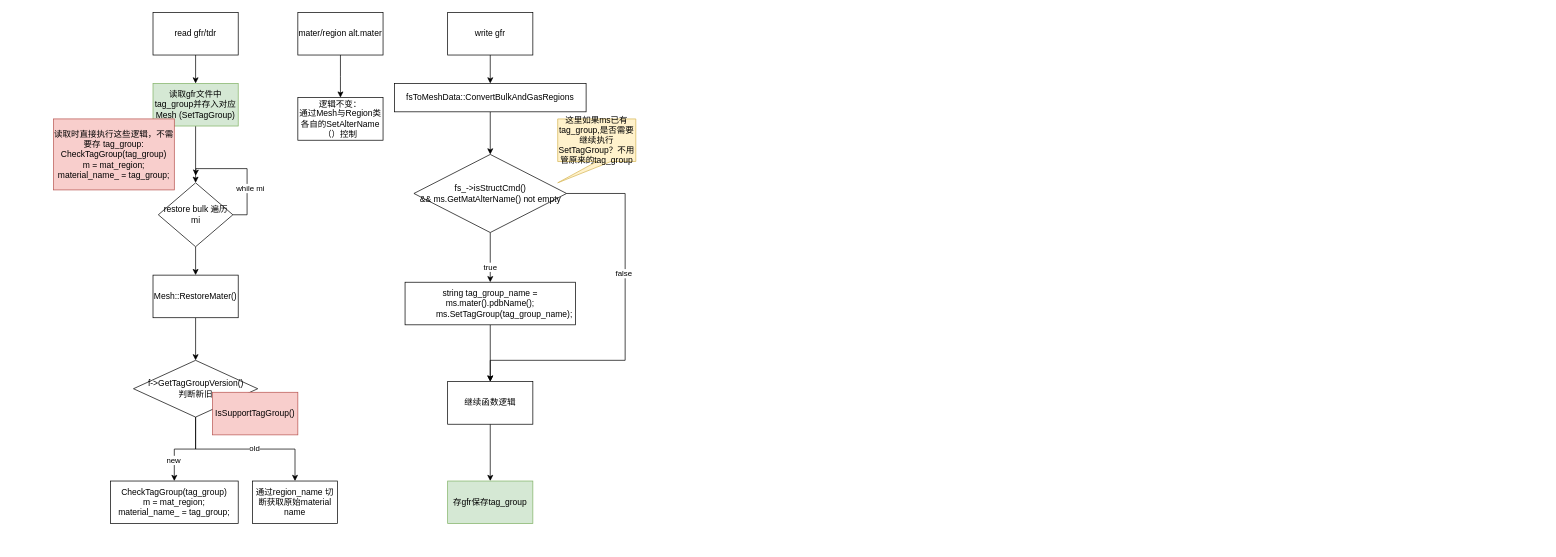
This is tag_group.drawio from FicmillaR/drawio, a draw.io file, before an edit. Source tidied: cells renumbered, new cells numbered last; positions are measured from the earlier drawing's top-left corner, leaving out a move shared by most shapes. Both pictures are drawn from the tidied source at 71%, with x=0, y=0 at pixel (53, 12).
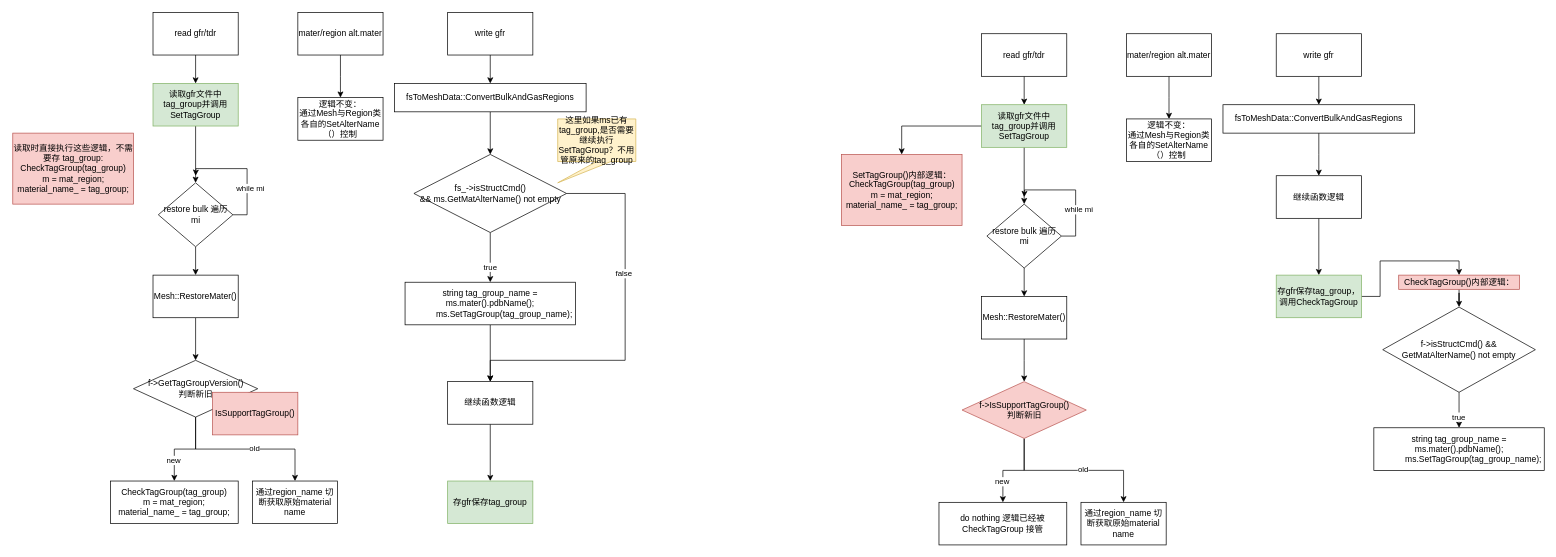
After the change.

The edit, as a diff of the source:
```diff
@@
-    <mxCell id="34" value="读取gfr文件中tag_group并存入对应Mesh (SetTagGroup)" style="whiteSpace=wrap;html=1;rounded=0;fillColor=#d5e8d4;strokeColor=#82b366;" parent="1" vertex="1">
+    <mxCell id="34" value="读取gfr文件中tag_group并调用SetTagGroup" style="whiteSpace=wrap;html=1;rounded=0;fillColor=#d5e8d4;strokeColor=#82b366;" parent="1" vertex="1">
       <mxGeometry x="140" y="100" width="120" height="60" as="geometry" />
     </mxCell>
@@
     <mxCell id="38" value="&lt;div&gt;读取时直接执行这些逻辑，不需要存 tag_group:&lt;/div&gt;CheckTagGroup(tag_group)&lt;div&gt;&lt;span style=&quot;background-color: transparent; color: light-dark(rgb(0, 0, 0), rgb(255, 255, 255));&quot;&gt;m = mat_region;&lt;/span&gt;&lt;div&gt;material_name_ = tag_group;&lt;/div&gt;&lt;/div&gt;" style="rounded=0;whiteSpace=wrap;html=1;fillColor=#f8cecc;strokeColor=#b85450;" parent="1" vertex="1">
-      <mxGeometry y="150" width="170" height="100" as="geometry" />
+      <mxGeometry x="-57.5" y="170" width="170" height="100" as="geometry" />
     </mxCell>
+    <mxCell id="39" style="edgeStyle=orthogonalEdgeStyle;rounded=0;jettySize=auto;html=1;" parent="1" edge="1" source="40" target="65">
+      <mxGeometry relative="1" as="geometry" />
+    </mxCell>
+    <mxCell id="40" value="read gfr/tdr" style="rounded=0;whiteSpace=wrap;html=1;" parent="1" vertex="1">
+      <mxGeometry x="1307" y="30" width="120" height="60" as="geometry" />
+    </mxCell>
+    <mxCell id="41" style="edgeStyle=orthogonalEdgeStyle;rounded=0;jettySize=auto;html=1;exitX=0.5;exitY=1;exitDx=0;exitDy=0;" parent="1" edge="1" source="44" target="49">
+      <mxGeometry relative="1" as="geometry" />
+    </mxCell>
+    <mxCell id="42" style="edgeStyle=orthogonalEdgeStyle;rounded=0;jettySize=auto;html=1;exitX=1;exitY=0.5;exitDx=0;exitDy=0;" parent="1" edge="1" source="44">
+      <mxGeometry relative="1" as="geometry">
+        <mxPoint x="1367" y="260" as="targetPoint" />
+      </mxGeometry>
+    </mxCell>
+    <mxCell id="43" value="while mi" style="edgeLabel;html=1;align=center;verticalAlign=middle;" parent="42" vertex="1">
+      <mxGeometry x="-0.31" y="-3" relative="1" as="geometry">
+        <mxPoint x="1" as="offset" />
+      </mxGeometry>
+    </mxCell>
+    <mxCell id="44" value="restore bulk 遍历 mi" style="rhombus;whiteSpace=wrap;html=1;" parent="1" vertex="1">
+      <mxGeometry x="1314.5" y="270" width="105" height="90" as="geometry" />
+    </mxCell>
+    <mxCell id="45" style="edgeStyle=orthogonalEdgeStyle;rounded=0;jettySize=auto;html=1;" parent="1" edge="1" source="46">
+      <mxGeometry relative="1" as="geometry">
+        <mxPoint x="1571" y="150" as="targetPoint" />
+      </mxGeometry>
+    </mxCell>
+    <mxCell id="46" value="mater/region alt.mater" style="rounded=0;whiteSpace=wrap;html=1;" parent="1" vertex="1">
+      <mxGeometry x="1511" y="30" width="120" height="60" as="geometry" />
+    </mxCell>
+    <mxCell id="47" value="逻辑不变：&lt;div&gt;通过Mesh与Region类各自的SetAlterName（）控制&lt;/div&gt;" style="rounded=0;whiteSpace=wrap;html=1;" parent="1" vertex="1">
+      <mxGeometry x="1511" y="150" width="120" height="60" as="geometry" />
+    </mxCell>
+    <mxCell id="48" style="edgeStyle=orthogonalEdgeStyle;rounded=0;jettySize=auto;html=1;exitX=0.5;exitY=1;exitDx=0;exitDy=0;" parent="1" edge="1" source="49">
+      <mxGeometry relative="1" as="geometry">
+        <mxPoint x="1367" y="520" as="targetPoint" />
+      </mxGeometry>
+    </mxCell>
+    <mxCell id="49" value="&lt;span style=&quot;text-align: left;&quot;&gt;Mesh::RestoreMater()&lt;/span&gt;" style="rounded=0;whiteSpace=wrap;html=1;" parent="1" vertex="1">
+      <mxGeometry x="1307" y="400" width="120" height="60" as="geometry" />
+    </mxCell>
+    <mxCell id="50" style="edgeStyle=orthogonalEdgeStyle;rounded=0;jettySize=auto;html=1;" parent="1" edge="1" source="54" target="55">
+      <mxGeometry relative="1" as="geometry" />
+    </mxCell>
+    <mxCell id="51" value="new" style="edgeLabel;html=1;align=center;verticalAlign=middle;" parent="50" vertex="1">
+      <mxGeometry x="0.5" y="-2" relative="1" as="geometry" />
+    </mxCell>
+    <mxCell id="52" style="edgeStyle=orthogonalEdgeStyle;rounded=0;jettySize=auto;html=1;" parent="1" edge="1" source="54" target="56">
+      <mxGeometry relative="1" as="geometry" />
+    </mxCell>
+    <mxCell id="53" value="old" style="edgeLabel;html=1;align=center;verticalAlign=middle;" parent="52" vertex="1">
+      <mxGeometry x="0.1" y="2" relative="1" as="geometry" />
+    </mxCell>
+    <mxCell id="54" value="f-&amp;gt;&lt;span style=&quot;text-align: left;&quot;&gt;IsSupportTagGroup&lt;/span&gt;()&lt;div&gt;判断新旧&lt;/div&gt;" style="rhombus;whiteSpace=wrap;html=1;fillColor=#f8cecc;strokeColor=#b85450;" parent="1" vertex="1">
+      <mxGeometry x="1279.5" y="520" width="175" height="80" as="geometry" />
+    </mxCell>
+    <mxCell id="55" value="do nothing 逻辑已经被 CheckTagGroup 接管" style="whiteSpace=wrap;html=1;" parent="1" vertex="1">
+      <mxGeometry x="1247" y="690" width="180" height="60" as="geometry" />
+    </mxCell>
+    <mxCell id="56" value="通过region_name 切断获取原始material name" style="whiteSpace=wrap;html=1;" parent="1" vertex="1">
+      <mxGeometry x="1447" y="690" width="120" height="60" as="geometry" />
+    </mxCell>
+    <mxCell id="57" style="edgeStyle=orthogonalEdgeStyle;rounded=0;jettySize=auto;html=1;" parent="1" edge="1" source="58" target="60">
+      <mxGeometry relative="1" as="geometry" />
+    </mxCell>
+    <mxCell id="58" value="write gfr" style="rounded=0;whiteSpace=wrap;html=1;" parent="1" vertex="1">
+      <mxGeometry x="1722" y="30" width="120" height="60" as="geometry" />
+    </mxCell>
+    <mxCell id="59" style="edgeStyle=orthogonalEdgeStyle;rounded=0;jettySize=auto;html=1;" parent="1" edge="1" source="60">
+      <mxGeometry relative="1" as="geometry">
+        <mxPoint x="1782" y="230" as="targetPoint" />
+      </mxGeometry>
+    </mxCell>
+    <mxCell id="60" value="fsToMeshData::ConvertBulkAndGasRegions" style="rounded=0;whiteSpace=wrap;html=1;" parent="1" vertex="1">
+      <mxGeometry x="1647" y="130" width="270" height="40" as="geometry" />
+    </mxCell>
+    <mxCell id="61" style="edgeStyle=orthogonalEdgeStyle;rounded=0;jettySize=auto;html=1;" parent="1" edge="1" source="62" target="67">
+      <mxGeometry relative="1" as="geometry" />
+    </mxCell>
+    <mxCell id="62" value="继续函数逻辑" style="whiteSpace=wrap;html=1;rounded=0;" parent="1" vertex="1">
+      <mxGeometry x="1722" y="230" width="120" height="60" as="geometry" />
+    </mxCell>
+    <mxCell id="63" style="edgeStyle=orthogonalEdgeStyle;rounded=0;jettySize=auto;html=1;" parent="1" edge="1" source="65" target="44">
+      <mxGeometry relative="1" as="geometry" />
+    </mxCell>
+    <mxCell id="64" style="edgeStyle=orthogonalEdgeStyle;rounded=0;jettySize=auto;html=1;" parent="1" edge="1" source="65" target="68">
+      <mxGeometry relative="1" as="geometry" />
+    </mxCell>
+    <mxCell id="65" value="读取gfr文件中tag_group并调用SetTagGroup" style="whiteSpace=wrap;html=1;rounded=0;fillColor=#d5e8d4;strokeColor=#82b366;" parent="1" vertex="1">
+      <mxGeometry x="1307" y="130" width="120" height="60" as="geometry" />
+    </mxCell>
+    <mxCell id="66" style="edgeStyle=orthogonalEdgeStyle;rounded=0;jettySize=auto;html=1;entryX=0.5;entryY=0;entryDx=0;entryDy=0;" parent="1" edge="1" source="67" target="74">
+      <mxGeometry relative="1" as="geometry" />
+    </mxCell>
+    <mxCell id="67" value="存gfr保存tag_group，调用CheckTagGroup" style="whiteSpace=wrap;html=1;rounded=0;fillColor=#d5e8d4;strokeColor=#82b366;" parent="1" vertex="1">
+      <mxGeometry x="1722" y="370" width="120" height="60" as="geometry" />
+    </mxCell>
+    <mxCell id="68" value="&lt;div&gt;SetTagGroup()内部逻辑：&lt;/div&gt;CheckTagGroup(tag_group)&lt;div&gt;&lt;span style=&quot;background-color: transparent; color: light-dark(rgb(0, 0, 0), rgb(255, 255, 255));&quot;&gt;m = mat_region;&lt;/span&gt;&lt;div&gt;material_name_ = tag_group;&lt;/div&gt;&lt;/div&gt;" style="rounded=0;whiteSpace=wrap;html=1;fillColor=#f8cecc;strokeColor=#b85450;" parent="1" vertex="1">
+      <mxGeometry x="1109.5" y="200" width="170" height="100" as="geometry" />
+    </mxCell>
+    <mxCell id="69" style="edgeStyle=orthogonalEdgeStyle;rounded=0;jettySize=auto;html=1;" parent="1" edge="1" source="71" target="72">
+      <mxGeometry relative="1" as="geometry" />
+    </mxCell>
+    <mxCell id="70" value="true" style="edgeLabel;html=1;align=center;verticalAlign=middle;" parent="69" vertex="1">
+      <mxGeometry x="0.37" y="-1" relative="1" as="geometry" />
+    </mxCell>
+    <mxCell id="71" value="f-&amp;gt;isStructCmd() &amp;amp;&amp;amp; GetMatAlterName() not empty" style="rhombus;whiteSpace=wrap;html=1;rounded=0;" parent="1" vertex="1">
+      <mxGeometry x="1872" y="415" width="215" height="120" as="geometry" />
+    </mxCell>
+    <mxCell id="72" value="&lt;div&gt;string tag_group_name = ms.mater().pdbName();&lt;/div&gt;&lt;div&gt;&amp;nbsp; &amp;nbsp; &amp;nbsp; &amp;nbsp; &amp;nbsp; &amp;nbsp; ms.SetTagGroup(tag_group_name);&lt;/div&gt;" style="whiteSpace=wrap;html=1;rounded=0;" parent="1" vertex="1">
+      <mxGeometry x="1859.5" y="585" width="240" height="60" as="geometry" />
+    </mxCell>
+    <mxCell id="73" style="edgeStyle=orthogonalEdgeStyle;rounded=0;jettySize=auto;html=1;exitX=0.5;exitY=1;exitDx=0;exitDy=0;" parent="1" edge="1" source="74" target="71">
+      <mxGeometry relative="1" as="geometry" />
+    </mxCell>
+    <mxCell id="74" value="&lt;div&gt;&lt;span style=&quot;background-color: transparent; color: light-dark(rgb(0, 0, 0), rgb(255, 255, 255));&quot;&gt;CheckTagGroup&lt;/span&gt;()内部逻辑：&lt;/div&gt;" style="rounded=0;whiteSpace=wrap;html=1;fillColor=#f8cecc;strokeColor=#b85450;" parent="1" vertex="1">
+      <mxGeometry x="1894.5" y="370" width="170" height="20" as="geometry" />
+    </mxCell>
```
